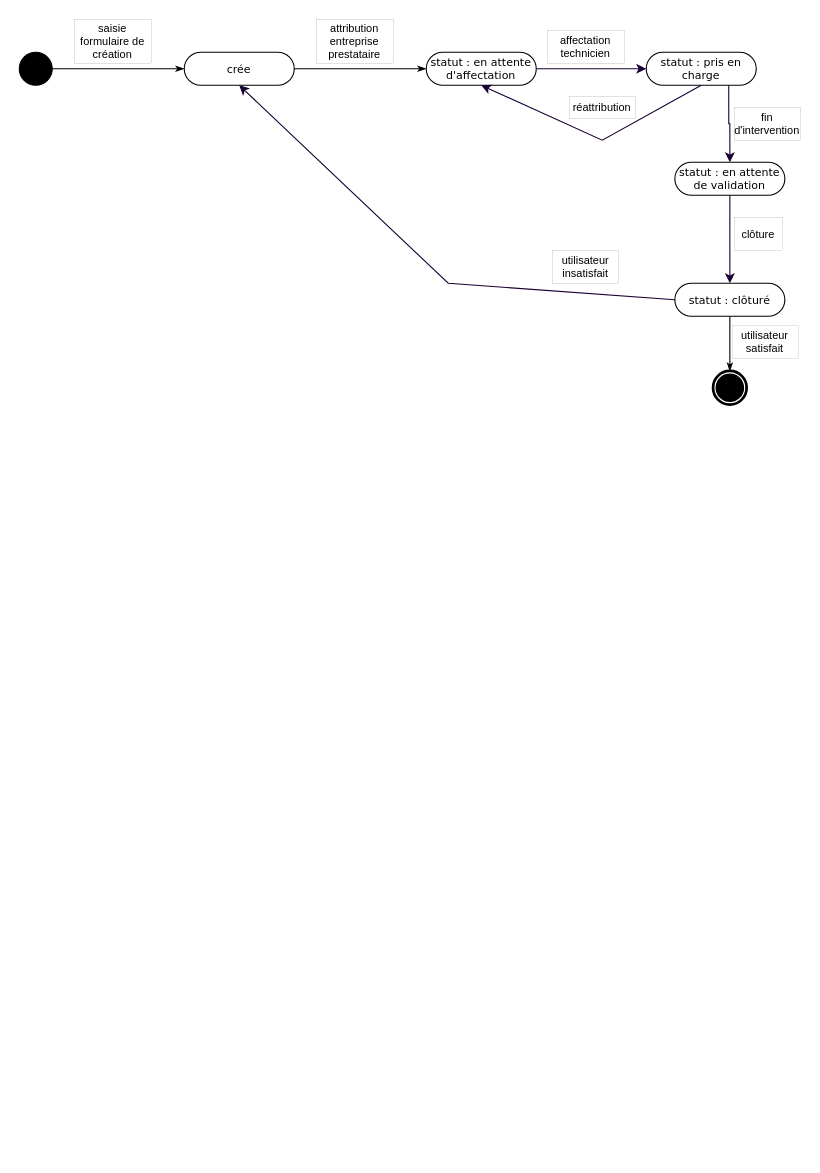
Before: doc/uml/cycle vie incident.drawio in mapette/sos_immo_backend, a draw.io diagram. Source tidied: cells renumbered, new cells numbered last; positions are measured from the earlier drawing's top-left corner, leaving out a move shared by most shapes. Both pictures are drawn from the tidied source at 110%, with x=0, y=0 at pixel (19, 19).
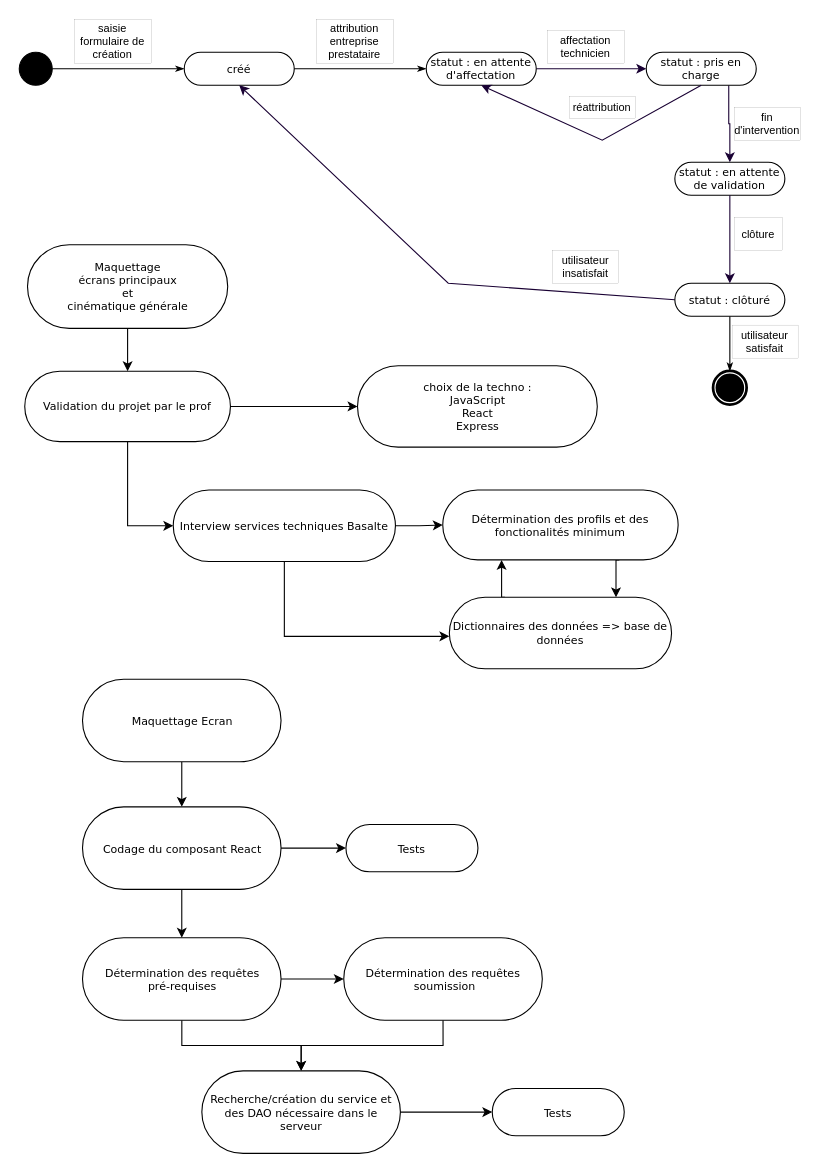
After the change.

Diff of the diagram source:
```diff
@@
-    <mxCell id="4" value="crée" style="rounded=1;whiteSpace=wrap;html=1;shadow=0;comic=0;labelBackgroundColor=none;strokeWidth=1;fontFamily=Verdana;fontSize=10;align=center;arcSize=50;" parent="1" vertex="1">
+    <mxCell id="4" value="créé" style="rounded=1;whiteSpace=wrap;html=1;shadow=0;comic=0;labelBackgroundColor=none;strokeWidth=1;fontFamily=Verdana;fontSize=10;align=center;arcSize=50;" parent="1" vertex="1">
       <mxGeometry x="150" y="30" width="100" height="30" as="geometry" />
     </mxCell>
@@
+    <mxCell id="25" value="choix de la techno :&lt;br&gt;JavaScript&lt;br&gt;React&lt;br&gt;Express" style="rounded=1;whiteSpace=wrap;html=1;shadow=0;comic=0;labelBackgroundColor=none;strokeWidth=1;fontFamily=Verdana;fontSize=10;align=center;arcSize=50;" parent="1" vertex="1">
+      <mxGeometry x="307.5" y="315" width="218" height="74" as="geometry" />
+    </mxCell>
+    <mxCell id="26" style="edgeStyle=orthogonalEdgeStyle;rounded=0;jettySize=auto;html=1;" parent="1" edge="1" source="28" target="25">
+      <mxGeometry relative="1" as="geometry" />
+    </mxCell>
+    <mxCell id="27" style="edgeStyle=orthogonalEdgeStyle;rounded=0;jettySize=auto;html=1;entryX=0;entryY=0.5;entryDx=0;entryDy=0;" parent="1" edge="1" source="28" target="33">
+      <mxGeometry relative="1" as="geometry" />
+    </mxCell>
+    <mxCell id="28" value="Validation du projet par le prof" style="rounded=1;whiteSpace=wrap;html=1;shadow=0;comic=0;labelBackgroundColor=none;strokeWidth=1;fontFamily=Verdana;fontSize=10;align=center;arcSize=50;" parent="1" vertex="1">
+      <mxGeometry x="5" y="320" width="187" height="64" as="geometry" />
+    </mxCell>
+    <mxCell id="29" style="edgeStyle=orthogonalEdgeStyle;rounded=0;jettySize=auto;html=1;" parent="1" edge="1" source="30" target="28">
+      <mxGeometry relative="1" as="geometry" />
+    </mxCell>
+    <mxCell id="30" value="Maquettage&lt;br&gt;écrans principaux &lt;br&gt;et&lt;br&gt;cinématique générale" style="rounded=1;whiteSpace=wrap;html=1;shadow=0;comic=0;labelBackgroundColor=none;strokeWidth=1;fontFamily=Verdana;fontSize=10;align=center;arcSize=50;" parent="1" vertex="1">
+      <mxGeometry x="7.5" y="205" width="182" height="76" as="geometry" />
+    </mxCell>
+    <mxCell id="31" style="edgeStyle=orthogonalEdgeStyle;rounded=0;jettySize=auto;html=1;" parent="1" edge="1" source="33" target="38">
+      <mxGeometry relative="1" as="geometry" />
+    </mxCell>
+    <mxCell id="32" style="edgeStyle=orthogonalEdgeStyle;rounded=0;jettySize=auto;html=1;" parent="1" edge="1" source="33" target="51">
+      <mxGeometry relative="1" as="geometry">
+        <Array as="points">
+          <mxPoint x="241.2" y="561" />
+        </Array>
+      </mxGeometry>
+    </mxCell>
+    <mxCell id="33" value="Interview services techniques Basalte" style="rounded=1;whiteSpace=wrap;html=1;shadow=0;comic=0;labelBackgroundColor=none;strokeWidth=1;fontFamily=Verdana;fontSize=10;align=center;arcSize=50;" parent="1" vertex="1">
+      <mxGeometry x="140" y="428" width="202" height="65" as="geometry" />
+    </mxCell>
+    <mxCell id="34" value="Tests" style="rounded=1;whiteSpace=wrap;html=1;shadow=0;comic=0;labelBackgroundColor=none;strokeWidth=1;fontFamily=Verdana;fontSize=10;align=center;arcSize=50;" parent="1" vertex="1">
+      <mxGeometry x="430" y="972" width="120" height="43" as="geometry" />
+    </mxCell>
+    <mxCell id="35" style="edgeStyle=orthogonalEdgeStyle;rounded=0;jettySize=auto;html=1;" parent="1" edge="1" source="36" target="41">
+      <mxGeometry relative="1" as="geometry" />
+    </mxCell>
+    <mxCell id="36" value="Maquettage Ecran" style="rounded=1;whiteSpace=wrap;html=1;shadow=0;comic=0;labelBackgroundColor=none;strokeWidth=1;fontFamily=Verdana;fontSize=10;align=center;arcSize=50;" parent="1" vertex="1">
+      <mxGeometry x="57.5" y="600" width="180.5" height="75" as="geometry" />
+    </mxCell>
+    <mxCell id="37" style="edgeStyle=orthogonalEdgeStyle;rounded=0;jettySize=auto;html=1;exitX=0.75;exitY=1;exitDx=0;exitDy=0;entryX=0.75;entryY=0;entryDx=0;entryDy=0;" parent="1" edge="1" source="38" target="51">
+      <mxGeometry relative="1" as="geometry" />
+    </mxCell>
+    <mxCell id="38" value="Détermination des profils et des fonctionalités minimum" style="whiteSpace=wrap;html=1;fontSize=10;fontFamily=Verdana;rounded=1;shadow=0;comic=0;labelBackgroundColor=none;strokeWidth=1;arcSize=50;" parent="1" vertex="1">
+      <mxGeometry x="385" y="428" width="214" height="63.5" as="geometry" />
+    </mxCell>
+    <mxCell id="39" style="edgeStyle=orthogonalEdgeStyle;rounded=0;jettySize=auto;html=1;" parent="1" edge="1" source="41" target="44">
+      <mxGeometry relative="1" as="geometry" />
+    </mxCell>
+    <mxCell id="40" style="edgeStyle=orthogonalEdgeStyle;rounded=0;jettySize=auto;html=1;" parent="1" edge="1" source="41" target="49">
+      <mxGeometry relative="1" as="geometry" />
+    </mxCell>
+    <mxCell id="41" value="Codage du composant React" style="rounded=1;whiteSpace=wrap;html=1;shadow=0;comic=0;labelBackgroundColor=none;strokeWidth=1;fontFamily=Verdana;fontSize=10;align=center;arcSize=50;" parent="1" vertex="1">
+      <mxGeometry x="57.5" y="716" width="180.5" height="75" as="geometry" />
+    </mxCell>
+    <mxCell id="42" style="edgeStyle=orthogonalEdgeStyle;rounded=0;jettySize=auto;html=1;" parent="1" edge="1" source="44" target="46">
+      <mxGeometry relative="1" as="geometry" />
+    </mxCell>
+    <mxCell id="43" style="edgeStyle=orthogonalEdgeStyle;rounded=0;jettySize=auto;html=1;" parent="1" edge="1" source="44" target="48">
+      <mxGeometry relative="1" as="geometry" />
+    </mxCell>
+    <mxCell id="44" value="Détermination des requêtes &lt;br&gt;pré-requises" style="rounded=1;whiteSpace=wrap;html=1;shadow=0;comic=0;labelBackgroundColor=none;strokeWidth=1;fontFamily=Verdana;fontSize=10;align=center;arcSize=50;" parent="1" vertex="1">
+      <mxGeometry x="57.5" y="835" width="180.5" height="75" as="geometry" />
+    </mxCell>
+    <mxCell id="45" style="edgeStyle=orthogonalEdgeStyle;rounded=0;jettySize=auto;html=1;exitX=1;exitY=0.5;exitDx=0;exitDy=0;" parent="1" edge="1" source="46" target="34">
+      <mxGeometry relative="1" as="geometry" />
+    </mxCell>
+    <mxCell id="46" value="Recherche/création du service et des DAO nécessaire dans le serveur" style="rounded=1;whiteSpace=wrap;html=1;shadow=0;comic=0;labelBackgroundColor=none;strokeWidth=1;fontFamily=Verdana;fontSize=10;align=center;arcSize=50;" parent="1" vertex="1">
+      <mxGeometry x="166" y="956" width="180.5" height="75" as="geometry" />
+    </mxCell>
+    <mxCell id="47" style="edgeStyle=orthogonalEdgeStyle;rounded=0;jettySize=auto;html=1;entryX=0.5;entryY=0;entryDx=0;entryDy=0;exitX=0.5;exitY=1;exitDx=0;exitDy=0;" parent="1" edge="1" source="48" target="46">
+      <mxGeometry relative="1" as="geometry" />
+    </mxCell>
+    <mxCell id="48" value="Détermination des requêtes &lt;br&gt;&amp;nbsp;soumission" style="rounded=1;whiteSpace=wrap;html=1;shadow=0;comic=0;labelBackgroundColor=none;strokeWidth=1;fontFamily=Verdana;fontSize=10;align=center;arcSize=50;" parent="1" vertex="1">
+      <mxGeometry x="295" y="835" width="180.5" height="75" as="geometry" />
+    </mxCell>
+    <mxCell id="49" value="Tests" style="rounded=1;whiteSpace=wrap;html=1;shadow=0;comic=0;labelBackgroundColor=none;strokeWidth=1;fontFamily=Verdana;fontSize=10;align=center;arcSize=50;" parent="1" vertex="1">
+      <mxGeometry x="297" y="732" width="120" height="43" as="geometry" />
+    </mxCell>
+    <mxCell id="50" style="edgeStyle=orthogonalEdgeStyle;rounded=0;jettySize=auto;html=1;exitX=0.25;exitY=0;exitDx=0;exitDy=0;entryX=0.25;entryY=1;entryDx=0;entryDy=0;" parent="1" edge="1" source="51" target="38">
+      <mxGeometry relative="1" as="geometry" />
+    </mxCell>
+    <mxCell id="51" value="Dictionnaires des données =&amp;gt; base de données" style="rounded=1;whiteSpace=wrap;html=1;shadow=0;comic=0;labelBackgroundColor=none;strokeWidth=1;fontFamily=Verdana;fontSize=10;align=center;arcSize=50;" parent="1" vertex="1">
+      <mxGeometry x="391" y="525.5" width="202" height="65" as="geometry" />
+    </mxCell>
```
